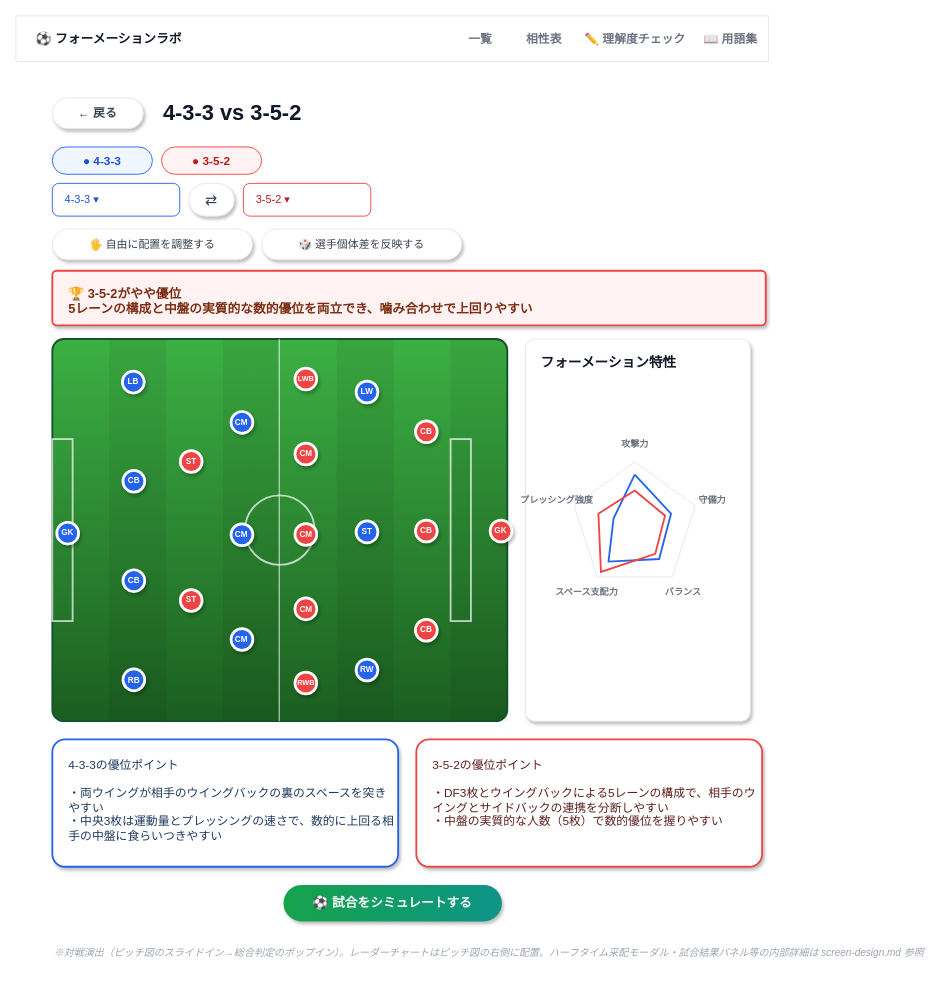
n-yata/soccer-sim keeps this draw.io diagram as page "wireframe-comparison" (2 of 2) of docs/specs/2_basic-design/wireframes.drawio. Above is the earlier version. Source tidied: cells renumbered, new cells numbered last; positions are measured from the earlier drawing's top-left corner, leaving out a move shared by most shapes. Both pictures are drawn from the tidied source at 91%, with x=0, y=0 at pixel (15, 15).
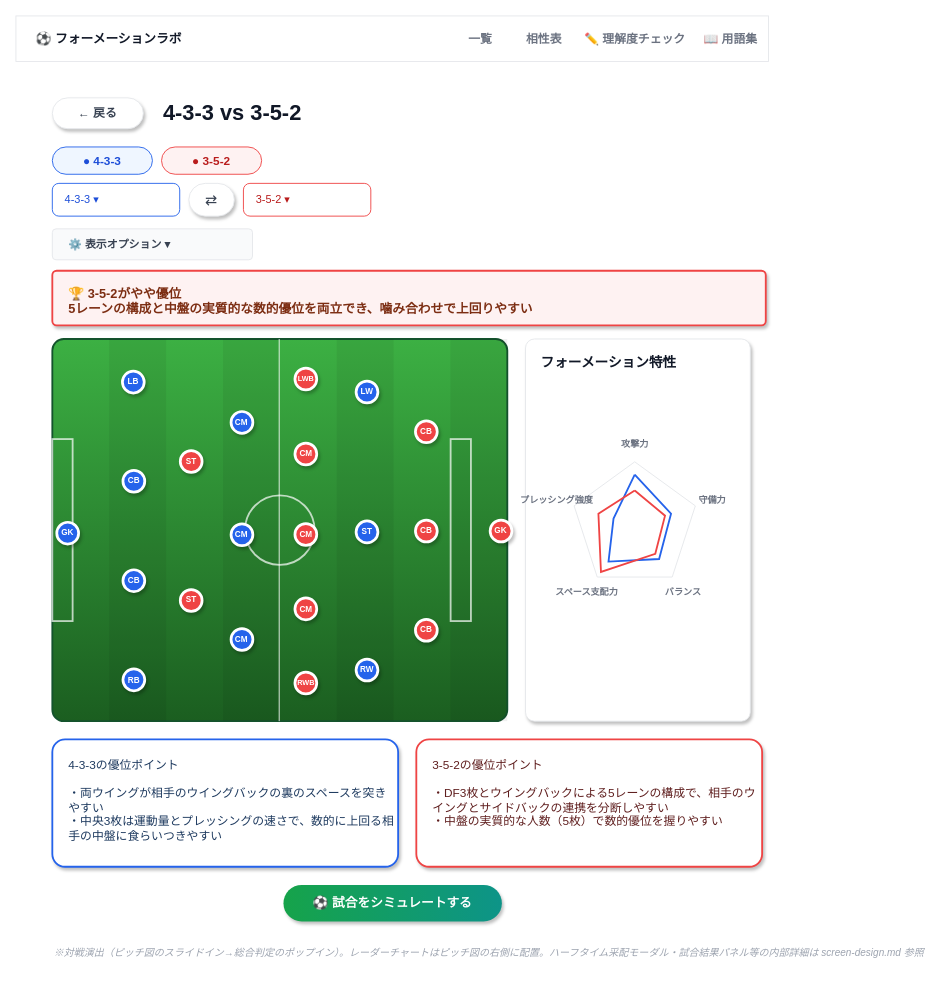
The same page after the edit.

Change to the diagram source:
```diff
@@
-    <mxCell id="15" value="🖐️ 自由に配置を調整する" style="rounded=1;arcSize=50;whiteSpace=wrap;html=1;fillColor=#FFFFFF;strokeColor=#E5E7EB;shadow=1;fontSize=12;align=center;verticalAlign=middle;fontColor=#374151;" parent="1" vertex="1">
-      <mxGeometry x="40" y="234" width="220" height="34" as="geometry" />
-    </mxCell>
-    <mxCell id="16" value="🎲 選手個体差を反映する" style="rounded=1;arcSize=50;whiteSpace=wrap;html=1;fillColor=#FFFFFF;strokeColor=#E5E7EB;shadow=1;fontSize=12;align=center;verticalAlign=middle;fontColor=#374151;" parent="1" vertex="1">
-      <mxGeometry x="270" y="234" width="220" height="34" as="geometry" />
-    </mxCell>
+    <mxCell id="63" style="rounded=1;arcSize=12;whiteSpace=wrap;html=1;fillColor=#F9FAFB;strokeColor=#E5E7EB;strokeWidth=1;" parent="1" vertex="1">
+      <mxGeometry x="40" y="234" width="220" height="34" as="geometry" />
+    </mxCell>
+    <mxCell id="64" value="⚙️ 表示オプション ▾" style="text;html=1;fontSize=12;fontStyle=1;align=left;verticalAlign=middle;fontColor=#374151;" parent="1" vertex="1">
+      <mxGeometry x="56" y="234" width="188" height="34" as="geometry" />
+    </mxCell>
```
